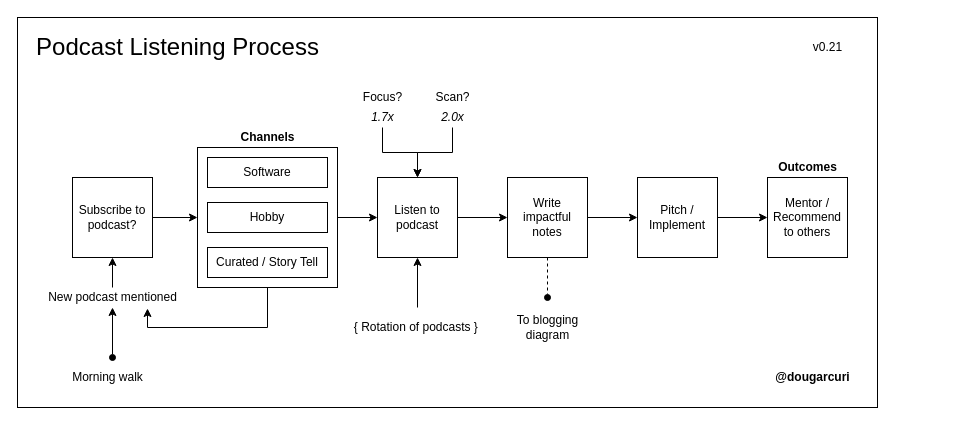
Before: mentoring/diagrams/podcast-listening-process.drawio in solidi/learning-notes, a draw.io diagram. Source tidied: cells renumbered, new cells numbered last; positions are measured from the earlier drawing's top-left corner, leaving out a move shared by most shapes. Both pictures are drawn from the tidied source at 100%, with x=0, y=0 at pixel (17, 17).
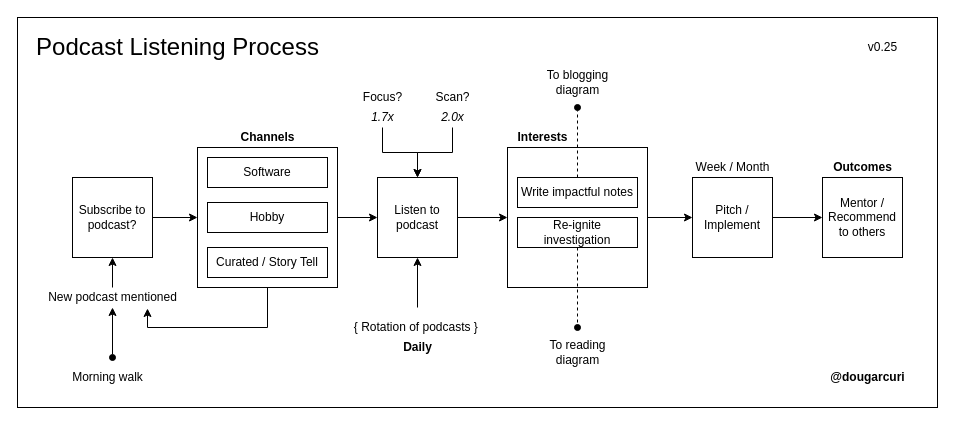
The same diagram, later.

Commit message (it also covers changes not shown here):
Add investigation and time to the podcast listening diagram

Unchanged cells that the change refers to:
```xml
<mxCell id="12" value="Listen to podcast" style="whiteSpace=wrap;html=1;" parent="1" vertex="1">
  <mxGeometry x="360" y="160" width="80" height="80" as="geometry" />
</mxCell>
```

The edit, as a diff of the source:
```diff
@@
     <mxCell id="2" style="rounded=0;whiteSpace=wrap;html=1;fillColor=none;" parent="1" vertex="1">
-      <mxGeometry width="860" height="390" as="geometry" />
+      <mxGeometry width="920" height="390" as="geometry" />
     </mxCell>
@@
-    <mxCell id="7" value="v0.21" style="text;html=1;align=center;verticalAlign=middle;" parent="1" vertex="1">
-      <mxGeometry x="790" y="20" width="40" height="20" as="geometry" />
+    <mxCell id="7" value="v0.25" style="text;html=1;align=center;verticalAlign=middle;" parent="1" vertex="1">
+      <mxGeometry x="845" y="20" width="40" height="20" as="geometry" />
     </mxCell>
     <mxCell id="8" value="&lt;b&gt;@dougarcuri&lt;/b&gt;" style="text;html=1;align=center;verticalAlign=middle;" parent="1" vertex="1">
-      <mxGeometry x="750" y="350" width="90" height="20" as="geometry" />
+      <mxGeometry x="805" y="350" width="90" height="20" as="geometry" />
     </mxCell>
@@
-    <mxCell id="11" style="edgeStyle=orthogonalEdgeStyle;rounded=0;jettySize=auto;html=1;entryX=0;entryY=0.5;entryDx=0;entryDy=0;" parent="1" edge="1" source="12" target="15">
-      <mxGeometry relative="1" as="geometry" />
-    </mxCell>
+    <mxCell id="37" style="edgeStyle=orthogonalEdgeStyle;rounded=0;jettySize=auto;html=1;exitX=1;exitY=0.5;exitDx=0;exitDy=0;entryX=0;entryY=0.5;entryDx=0;entryDy=0;" parent="1" edge="1" source="12" target="41">
+      <mxGeometry relative="1" as="geometry" />
+    </mxCell>
@@
-    <mxCell id="13" style="edgeStyle=orthogonalEdgeStyle;rounded=0;jettySize=auto;html=1;exitX=1;exitY=0.5;exitDx=0;exitDy=0;entryX=0;entryY=0.5;entryDx=0;entryDy=0;" parent="1" edge="1" source="15" target="17">
+    <mxCell id="13" style="edgeStyle=orthogonalEdgeStyle;rounded=0;jettySize=auto;html=1;exitX=1;exitY=0.5;exitDx=0;exitDy=0;entryX=0;entryY=0.5;entryDx=0;entryDy=0;" parent="1" edge="1" source="41" target="17">
       <mxGeometry relative="1" as="geometry" />
     </mxCell>
-    <mxCell id="14" style="rounded=0;jettySize=auto;html=1;exitX=0.5;exitY=1;exitDx=0;exitDy=0;endArrow=oval;endFill=1;dashed=1;" parent="1" edge="1" source="15">
-      <mxGeometry relative="1" as="geometry">
-        <mxPoint x="530" y="280" as="targetPoint" />
-      </mxGeometry>
-    </mxCell>
-    <mxCell id="15" value="Write impactful notes" style="whiteSpace=wrap;html=1;" parent="1" vertex="1">
-      <mxGeometry x="490" y="160" width="80" height="80" as="geometry" />
-    </mxCell>
@@
     <mxCell id="17" value="Pitch / Implement" style="whiteSpace=wrap;html=1;" parent="1" vertex="1">
-      <mxGeometry x="620" y="160" width="80" height="80" as="geometry" />
+      <mxGeometry x="675" y="160" width="80" height="80" as="geometry" />
     </mxCell>
@@
     <mxCell id="20" value="Mentor / Recommend to others" style="whiteSpace=wrap;html=1;" parent="1" vertex="1">
-      <mxGeometry x="750" y="160" width="80" height="80" as="geometry" />
+      <mxGeometry x="805" y="160" width="80" height="80" as="geometry" />
     </mxCell>
@@
     <mxCell id="27" value="&lt;b&gt;Outcomes&lt;/b&gt;" style="text;html=1;align=center;verticalAlign=middle;" parent="1" vertex="1">
-      <mxGeometry x="755" y="140" width="70" height="20" as="geometry" />
+      <mxGeometry x="810" y="140" width="70" height="20" as="geometry" />
     </mxCell>
@@
     <mxCell id="36" value="To blogging&lt;br&gt;diagram" style="text;html=1;align=center;verticalAlign=middle;" parent="1" vertex="1">
-      <mxGeometry x="490" y="295" width="80" height="30" as="geometry" />
+      <mxGeometry x="520" y="50" width="80" height="30" as="geometry" />
     </mxCell>
+    <mxCell id="38" value="&lt;b&gt;Daily&lt;/b&gt;" style="text;html=1;align=center;verticalAlign=middle;" parent="1" vertex="1">
+      <mxGeometry x="380" y="320" width="40" height="20" as="geometry" />
+    </mxCell>
+    <mxCell id="39" value="Week / Month" style="text;html=1;align=center;verticalAlign=middle;strokeColor=none;fillColor=none;" parent="1" vertex="1">
+      <mxGeometry x="670" y="140" width="90" height="20" as="geometry" />
+    </mxCell>
+    <mxCell id="40" style="group;" parent="1" vertex="1">
+      <mxGeometry x="490" y="130" width="140" height="140" as="geometry" />
+    </mxCell>
+    <mxCell id="41" style="rounded=0;whiteSpace=wrap;html=1;" parent="40" vertex="1">
+      <mxGeometry width="140" height="140" as="geometry" />
+    </mxCell>
+    <mxCell id="42" style="group;" parent="40" vertex="1">
+      <mxGeometry x="10" y="30" width="120" height="70" as="geometry" />
+    </mxCell>
+    <mxCell id="15" value="Write impactful notes" style="rounded=0;whiteSpace=wrap;html=1;" parent="42" vertex="1">
+      <mxGeometry width="120" height="30" as="geometry" />
+    </mxCell>
+    <mxCell id="43" value="Re-ignite investigation" style="rounded=0;whiteSpace=wrap;html=1;" parent="42" vertex="1">
+      <mxGeometry y="40" width="120" height="30" as="geometry" />
+    </mxCell>
+    <mxCell id="14" style="rounded=0;jettySize=auto;html=1;exitX=0.5;exitY=0;exitDx=0;exitDy=0;endArrow=oval;endFill=1;dashed=1;" parent="40" edge="1" source="15">
+      <mxGeometry relative="1" as="geometry">
+        <mxPoint x="70" y="-40" as="targetPoint" />
+      </mxGeometry>
+    </mxCell>
+    <mxCell id="44" value="To reading&lt;br&gt;diagram" style="text;html=1;align=center;verticalAlign=middle;" parent="1" vertex="1">
+      <mxGeometry x="525" y="320" width="70" height="30" as="geometry" />
+    </mxCell>
+    <mxCell id="45" style="rounded=0;jettySize=auto;html=1;exitX=0.5;exitY=1;exitDx=0;exitDy=0;endArrow=oval;endFill=1;dashed=1;" parent="1" edge="1" source="43">
+      <mxGeometry relative="1" as="geometry">
+        <mxPoint x="560" y="310" as="targetPoint" />
+      </mxGeometry>
+    </mxCell>
+    <mxCell id="46" value="&lt;b&gt;Interests&lt;/b&gt;" style="text;html=1;align=center;verticalAlign=middle;" parent="1" vertex="1">
+      <mxGeometry x="490" y="110" width="70" height="20" as="geometry" />
+    </mxCell>
```
